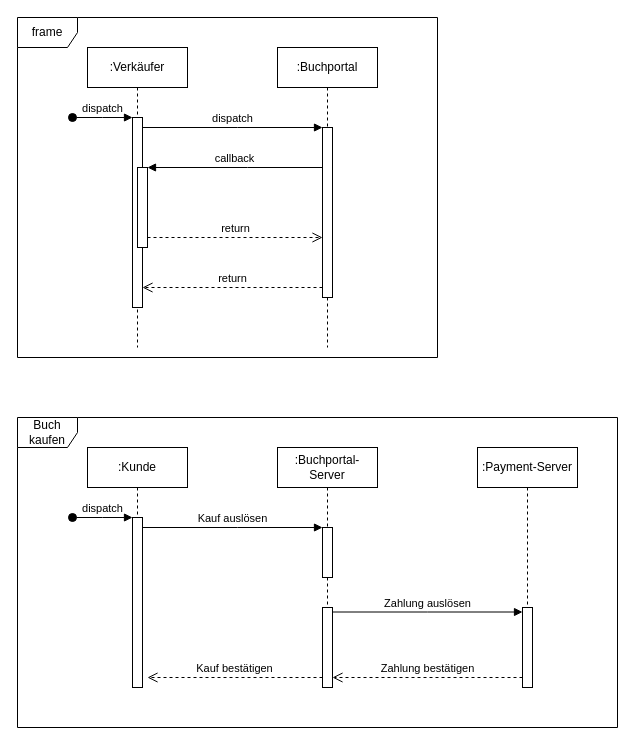
Before: lb_sequenz.formular.drawio in ferreric/ffhs_swem, a draw.io diagram. Source tidied: cells renumbered, new cells numbered last; positions are measured from the earlier drawing's top-left corner, leaving out a move shared by most shapes. Both pictures are drawn from the tidied source at 100%, with x=0, y=0 at pixel (17, 17).
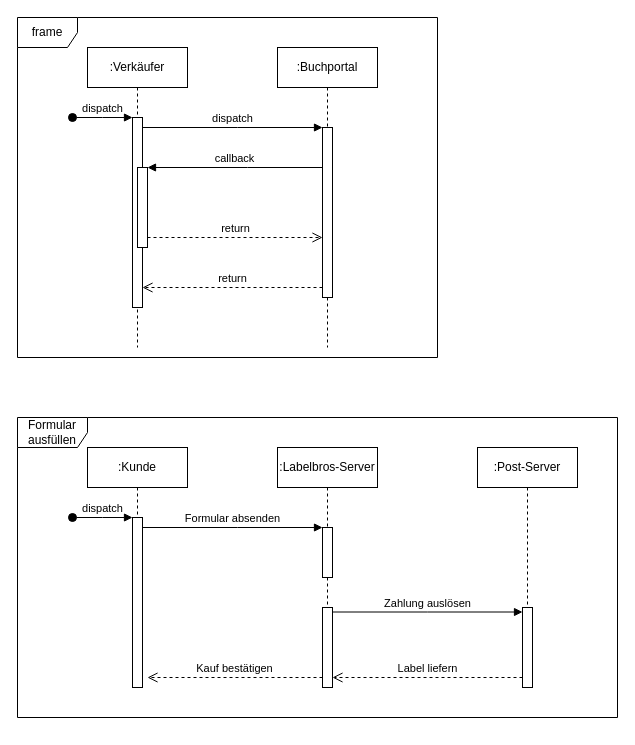
After the change.

Unchanged cells that the change refers to:
```xml
<mxCell id="15" style="html=1;points=[];perimeter=orthogonalPerimeter;outlineConnect=0;targetShapes=umlLifeline;portConstraint=eastwest;newEdgeStyle={&quot;edgeStyle&quot;:&quot;elbowEdgeStyle&quot;,&quot;elbow&quot;:&quot;vertical&quot;,&quot;curved&quot;:0,&quot;rounded&quot;:0};" parent="14" vertex="1">
  <mxGeometry x="45" y="70" width="10" height="170" as="geometry" />
</mxCell>
<mxCell id="18" style="html=1;points=[];perimeter=orthogonalPerimeter;outlineConnect=0;targetShapes=umlLifeline;portConstraint=eastwest;newEdgeStyle={&quot;edgeStyle&quot;:&quot;elbowEdgeStyle&quot;,&quot;elbow&quot;:&quot;vertical&quot;,&quot;curved&quot;:0,&quot;rounded&quot;:0};" parent="17" vertex="1">
  <mxGeometry x="45" y="80" width="10" height="50" as="geometry" />
</mxCell>
<mxCell id="23" style="html=1;points=[[0,0,0,0,5],[0,1,0,0,-5],[1,0,0,0,5],[1,1,0,0,-5]];perimeter=orthogonalPerimeter;outlineConnect=0;targetShapes=umlLifeline;portConstraint=eastwest;newEdgeStyle={&quot;curved&quot;:0,&quot;rounded&quot;:0};" parent="1" vertex="1">
  <mxGeometry x="305" y="590" width="10" height="80" as="geometry" />
</mxCell>
```

Change to the diagram source:
```diff
@@
-    <mxCell id="13" value="Buch kaufen" style="shape=umlFrame;whiteSpace=wrap;html=1;" parent="1" vertex="1">
-      <mxGeometry y="400" width="600" height="310" as="geometry" />
+    <mxCell id="13" value="Formular ausfüllen" style="shape=umlFrame;whiteSpace=wrap;html=1;width=70;height=30;" parent="1" vertex="1">
+      <mxGeometry y="400" width="600" height="300" as="geometry" />
     </mxCell>
@@
-    <mxCell id="17" value=":Buchportal-Server" style="shape=umlLifeline;perimeter=lifelinePerimeter;whiteSpace=wrap;html=1;newEdgeStyle={&quot;edgeStyle&quot;:&quot;elbowEdgeStyle&quot;,&quot;elbow&quot;:&quot;vertical&quot;,&quot;curved&quot;:0,&quot;rounded&quot;:0};" parent="1" vertex="1">
+    <mxCell id="17" value=":Labelbros-Server" style="shape=umlLifeline;perimeter=lifelinePerimeter;whiteSpace=wrap;html=1;newEdgeStyle={&quot;edgeStyle&quot;:&quot;elbowEdgeStyle&quot;,&quot;elbow&quot;:&quot;vertical&quot;,&quot;curved&quot;:0,&quot;rounded&quot;:0};" parent="1" vertex="1">
       <mxGeometry x="260" y="430" width="100" height="180" as="geometry" />
     </mxCell>
@@
-    <mxCell id="19" value="Kauf auslösen" style="html=1;verticalAlign=bottom;endArrow=block;edgeStyle=elbowEdgeStyle;elbow=horizontal;curved=0;rounded=0;" parent="1" edge="1" source="15" target="18">
+    <mxCell id="19" value="Formular absenden" style="html=1;verticalAlign=bottom;endArrow=block;edgeStyle=elbowEdgeStyle;elbow=horizontal;curved=0;rounded=0;" parent="1" edge="1" source="15" target="18">
       <mxGeometry relative="1" as="geometry">
         <Array as="points">
           <mxPoint x="220" y="510" />
         </Array>
       </mxGeometry>
     </mxCell>
@@
-    <mxCell id="21" value=":Payment-Server" style="shape=umlLifeline;perimeter=lifelinePerimeter;whiteSpace=wrap;html=1;newEdgeStyle={&quot;edgeStyle&quot;:&quot;elbowEdgeStyle&quot;,&quot;elbow&quot;:&quot;vertical&quot;,&quot;curved&quot;:0,&quot;rounded&quot;:0};" parent="1" vertex="1">
+    <mxCell id="21" value=":Post-Server" style="shape=umlLifeline;perimeter=lifelinePerimeter;whiteSpace=wrap;html=1;newEdgeStyle={&quot;edgeStyle&quot;:&quot;elbowEdgeStyle&quot;,&quot;elbow&quot;:&quot;vertical&quot;,&quot;curved&quot;:0,&quot;rounded&quot;:0};" parent="1" vertex="1">
       <mxGeometry x="460" y="430" width="100" height="180" as="geometry" />
     </mxCell>
@@
-    <mxCell id="25" value="Zahlung bestätigen" style="html=1;verticalAlign=bottom;endArrow=open;dashed=1;endSize=8;curved=0;rounded=0;" parent="1" edge="1" target="23">
+    <mxCell id="25" value="Label liefern" style="html=1;verticalAlign=bottom;endArrow=open;dashed=1;endSize=8;curved=0;rounded=0;" parent="1" edge="1" target="23">
       <mxGeometry relative="1" as="geometry">
         <mxPoint x="505" y="660" as="sourcePoint" />
       </mxGeometry>
     </mxCell>
```
